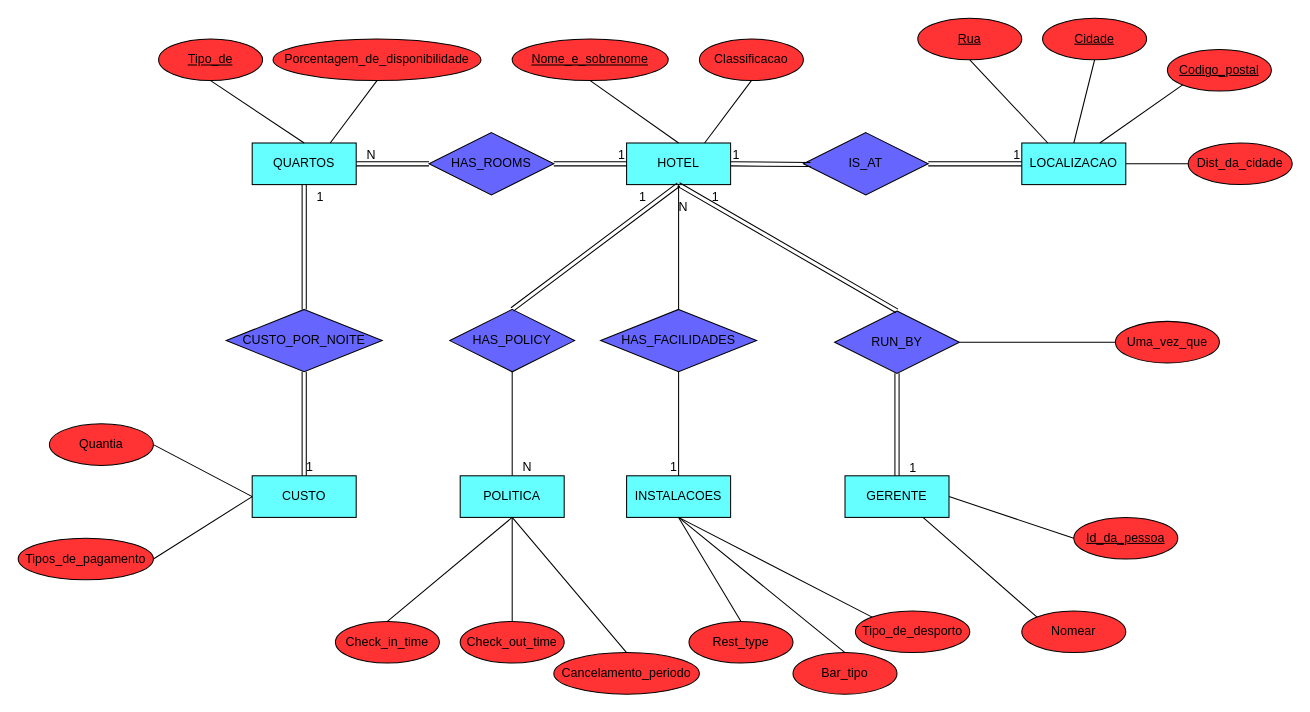
Earlier version of the draw.io diagram DiagramaHotel.drawio (VascoMatos/diagramas). Source tidied: cells renumbered, new cells numbered last; positions are measured from the earlier drawing's top-left corner, leaving out a move shared by most shapes. Both pictures are drawn from the tidied source at 104%, with x=0, y=0 at pixel (18, 18).
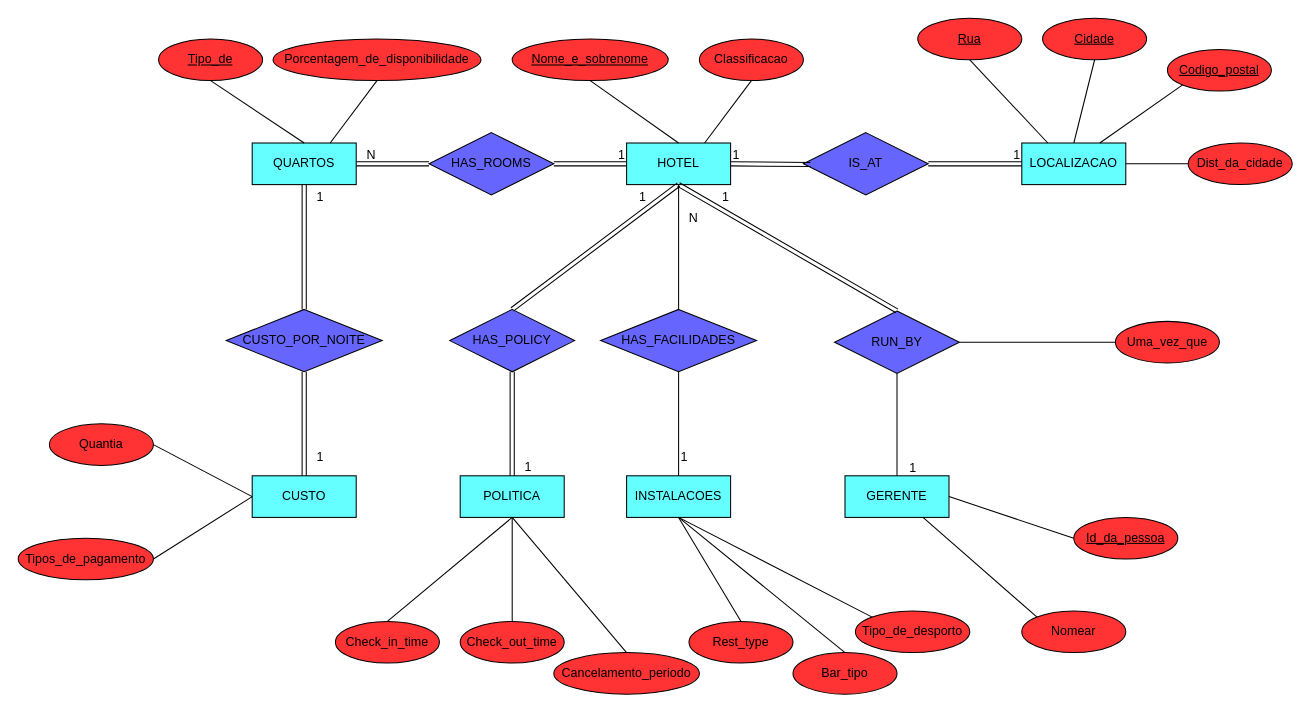
The same diagram, later.

Unchanged cells that the change refers to:
```xml
<mxCell id="6" value="POLITICA" style="whiteSpace=wrap;html=1;align=center;fillColor=#66FFFF;" parent="1" vertex="1">
  <mxGeometry x="425" y="440" width="100" height="40" as="geometry" />
</mxCell>
<mxCell id="8" value="GERENTE" style="whiteSpace=wrap;html=1;align=center;fillColor=#66FFFF;" parent="1" vertex="1">
  <mxGeometry x="795" y="440" width="100" height="40" as="geometry" />
</mxCell>
<mxCell id="12" value="HAS_POLICY" style="shape=rhombus;perimeter=rhombusPerimeter;whiteSpace=wrap;html=1;align=center;fillColor=#6666FF;" parent="1" vertex="1">
  <mxGeometry x="415" y="280" width="120" height="60" as="geometry" />
</mxCell>
<mxCell id="14" value="RUN_BY" style="shape=rhombus;perimeter=rhombusPerimeter;whiteSpace=wrap;html=1;align=center;fillColor=#6666FF;" parent="1" vertex="1">
  <mxGeometry x="785" y="281.5" width="120" height="60" as="geometry" />
</mxCell>
<mxCell id="61" style="shape=link;html=1;rounded=0;entryX=0.5;entryY=1;entryDx=0;entryDy=0;exitX=0.5;exitY=0;exitDx=0;exitDy=0;" parent="1" edge="1" source="12" target="2">
  <mxGeometry relative="1" as="geometry" />
</mxCell>
<mxCell id="67" style="shape=link;html=1;rounded=0;entryX=0.5;entryY=1;entryDx=0;entryDy=0;exitX=0.5;exitY=0;exitDx=0;exitDy=0;" parent="1" edge="1" source="14" target="2">
  <mxGeometry relative="1" as="geometry" />
</mxCell>
<mxCell id="73" style="shape=link;html=1;rounded=0;exitX=0.5;exitY=1;exitDx=0;exitDy=0;entryX=0.5;entryY=0;entryDx=0;entryDy=0;" parent="1" edge="1" source="11" target="5">
  <mxGeometry relative="1" as="geometry" />
</mxCell>
<mxCell id="75" style="endArrow=none;html=1;rounded=0;entryX=0.5;entryY=0;entryDx=0;entryDy=0;exitX=0.5;exitY=1;exitDx=0;exitDy=0;" parent="1" edge="1" source="13" target="7">
  <mxGeometry relative="1" as="geometry" />
</mxCell>
```

The edit, as a diff of the source:
```diff
@@
     <mxCell id="62" value="N" style="html=1;whiteSpace=wrap;align=right;verticalAlign=bottom;" parent="61" vertex="1">
       <mxGeometry x="1" relative="1" as="geometry">
-        <mxPoint x="10" y="30" as="offset" />
+        <mxPoint x="20" y="40" as="offset" />
       </mxGeometry>
     </mxCell>
-    <mxCell id="63" style="endArrow=none;html=1;rounded=0;entryX=0.5;entryY=0;entryDx=0;entryDy=0;exitX=0.5;exitY=1;exitDx=0;exitDy=0;" parent="1" edge="1" source="12" target="6">
-      <mxGeometry relative="1" as="geometry" />
-    </mxCell>
-    <mxCell id="64" value="N" style="html=1;whiteSpace=wrap;align=right;verticalAlign=bottom;" parent="63" vertex="1">
-      <mxGeometry x="1" relative="1" as="geometry">
-        <mxPoint x="20" as="offset" />
-      </mxGeometry>
-    </mxCell>
@@
     <mxCell id="68" value="1" style="html=1;whiteSpace=wrap;align=right;verticalAlign=bottom;" parent="67" vertex="1">
       <mxGeometry x="1" relative="1" as="geometry">
-        <mxPoint x="40" y="20" as="offset" />
+        <mxPoint x="50" y="20" as="offset" />
       </mxGeometry>
     </mxCell>
-    <mxCell id="69" style="shape=link;html=1;rounded=0;entryX=0.5;entryY=0;entryDx=0;entryDy=0;exitX=0.5;exitY=1;exitDx=0;exitDy=0;" parent="1" edge="1" source="14" target="8">
-      <mxGeometry relative="1" as="geometry" />
-    </mxCell>
-    <mxCell id="70" value="1" style="html=1;whiteSpace=wrap;align=right;verticalAlign=bottom;" parent="69" vertex="1">
-      <mxGeometry x="1" relative="1" as="geometry">
-        <mxPoint x="20" as="offset" />
-      </mxGeometry>
-    </mxCell>
@@
     <mxCell id="74" value="1" style="html=1;whiteSpace=wrap;align=right;verticalAlign=bottom;" parent="73" vertex="1">
       <mxGeometry x="1" relative="1" as="geometry">
-        <mxPoint x="10" as="offset" />
+        <mxPoint x="20" y="-10" as="offset" />
       </mxGeometry>
     </mxCell>
@@
     <mxCell id="76" value="1" style="html=1;whiteSpace=wrap;align=right;verticalAlign=bottom;" parent="75" vertex="1">
-      <mxGeometry x="1" relative="1" as="geometry" />
+      <mxGeometry x="1" relative="1" as="geometry">
+        <mxPoint x="10" y="-10" as="offset" />
+      </mxGeometry>
     </mxCell>
+    <mxCell id="69" style="endArrow=none;html=1;rounded=0;entryX=0.5;entryY=0;entryDx=0;entryDy=0;exitX=0.5;exitY=1;exitDx=0;exitDy=0;" parent="1" edge="1" source="14" target="8">
+      <mxGeometry relative="1" as="geometry" />
+    </mxCell>
+    <mxCell id="77" value="1" style="html=1;whiteSpace=wrap;align=right;verticalAlign=bottom;" parent="69" vertex="1">
+      <mxGeometry x="1" relative="1" as="geometry">
+        <mxPoint x="20" as="offset" />
+      </mxGeometry>
+    </mxCell>
+    <mxCell id="63" style="shape=link;html=1;rounded=0;entryX=0.5;entryY=0;entryDx=0;entryDy=0;exitX=0.5;exitY=1;exitDx=0;exitDy=0;" parent="1" edge="1" source="12" target="6">
+      <mxGeometry relative="1" as="geometry" />
+    </mxCell>
+    <mxCell id="78" value="1" style="html=1;whiteSpace=wrap;align=right;verticalAlign=bottom;" parent="63" vertex="1">
+      <mxGeometry x="1" relative="1" as="geometry">
+        <mxPoint x="20" as="offset" />
+      </mxGeometry>
+    </mxCell>
```
